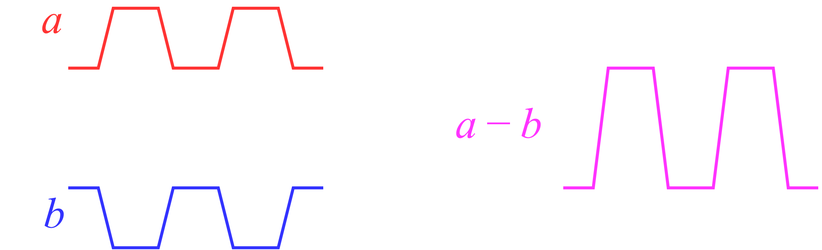
trysnetron/project-thesis keeps this draw.io diagram as media/diffsig.png. Above is the earlier version. Source tidied: cells renumbered, new cells last; positions are measured from the earlier drawing's top-left corner, leaving out a move shared by most shapes. The source it was exported from:
```xml
<mxGraphModel math="1">
  <root>
    <mxCell id="0" />
    <mxCell id="1" parent="0" />
    <mxCell id="2" style="endArrow=none;html=1;rounded=0;strokeColor=#FF3333;strokeWidth=2;" parent="1" edge="1">
      <mxGeometry relative="1" as="geometry">
        <mxPoint x="30" y="40" as="sourcePoint" />
        <mxPoint x="200" y="40" as="targetPoint" />
        <Array as="points">
          <mxPoint x="50" y="40" />
          <mxPoint x="60" />
          <mxPoint x="90" />
          <mxPoint x="100" y="40" />
          <mxPoint x="130" y="40" />
          <mxPoint x="140" />
          <mxPoint x="170" />
          <mxPoint x="180" y="40" />
        </Array>
      </mxGeometry>
    </mxCell>
    <mxCell id="3" style="endArrow=none;html=1;rounded=0;strokeWidth=2;strokeColor=#3333FF;" parent="1" edge="1">
      <mxGeometry relative="1" as="geometry">
        <mxPoint x="200" y="120" as="sourcePoint" />
        <mxPoint x="30" y="120" as="targetPoint" />
        <Array as="points">
          <mxPoint x="180" y="120" />
          <mxPoint x="170" y="160" />
          <mxPoint x="140" y="160" />
          <mxPoint x="130" y="120" />
          <mxPoint x="100" y="120" />
          <mxPoint x="90" y="160" />
          <mxPoint x="60" y="160" />
          <mxPoint x="50" y="120" />
        </Array>
      </mxGeometry>
    </mxCell>
    <mxCell id="4" style="endArrow=none;html=1;rounded=0;strokeColor=#FF33FF;strokeWidth=2;" parent="1" edge="1">
      <mxGeometry relative="1" as="geometry">
        <mxPoint x="360" y="120" as="sourcePoint" />
        <mxPoint x="530" y="120" as="targetPoint" />
        <Array as="points">
          <mxPoint x="380" y="120" />
          <mxPoint x="390" y="40" />
          <mxPoint x="420" y="40" />
          <mxPoint x="430" y="120" />
          <mxPoint x="460" y="120" />
          <mxPoint x="470" y="40" />
          <mxPoint x="500" y="40" />
          <mxPoint x="510" y="120" />
        </Array>
      </mxGeometry>
    </mxCell>
    <mxCell id="5" value="&lt;div style=&quot;font-size: 24px&quot;&gt;&lt;font style=&quot;font-size: 24px&quot; color=&quot;#FF3333&quot;&gt;$$a$$&lt;/font&gt;&lt;/div&gt;" style="text;html=1;strokeColor=none;fillColor=none;align=center;verticalAlign=middle;whiteSpace=wrap;rounded=0;" parent="1" vertex="1">
      <mxGeometry width="40" height="20" as="geometry" />
    </mxCell>
    <mxCell id="6" value="&lt;div style=&quot;font-size: 24px&quot;&gt;&lt;font style=&quot;font-size: 24px&quot; color=&quot;#3333FF&quot;&gt;$$b$$&lt;/font&gt;&lt;/div&gt;" style="text;html=1;strokeColor=none;fillColor=none;align=center;verticalAlign=middle;whiteSpace=wrap;rounded=0;" parent="1" vertex="1">
      <mxGeometry y="130" width="40" height="20" as="geometry" />
    </mxCell>
    <mxCell id="7" value="&lt;div style=&quot;font-size: 24px&quot;&gt;&lt;font style=&quot;font-size: 24px&quot; color=&quot;#FF33FF&quot;&gt;$$a-b$$&lt;/font&gt;&lt;/div&gt;" style="text;html=1;strokeColor=none;fillColor=none;align=center;verticalAlign=middle;whiteSpace=wrap;rounded=0;" parent="1" vertex="1">
      <mxGeometry x="300" y="70" width="40" height="20" as="geometry" />
    </mxCell>
  </root>
</mxGraphModel>
```
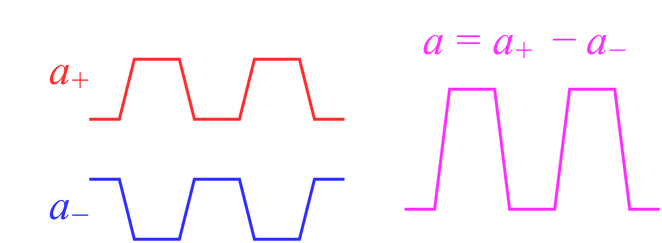
The same file after the commit.

What changed in the source:
```diff
@@ -4,60 +4,60 @@
     <mxCell id="1" parent="0" />
     <mxCell id="2" style="endArrow=none;html=1;rounded=0;strokeColor=#FF3333;strokeWidth=2;" parent="1" edge="1">
       <mxGeometry relative="1" as="geometry">
-        <mxPoint x="30" y="40" as="sourcePoint" />
-        <mxPoint x="200" y="40" as="targetPoint" />
+        <mxPoint x="30" y="60" as="sourcePoint" />
+        <mxPoint x="200" y="60" as="targetPoint" />
         <Array as="points">
-          <mxPoint x="50" y="40" />
-          <mxPoint x="60" />
-          <mxPoint x="90" />
-          <mxPoint x="100" y="40" />
-          <mxPoint x="130" y="40" />
-          <mxPoint x="140" />
-          <mxPoint x="170" />
-          <mxPoint x="180" y="40" />
+          <mxPoint x="50" y="60" />
+          <mxPoint x="60" y="20" />
+          <mxPoint x="90" y="20" />
+          <mxPoint x="100" y="60" />
+          <mxPoint x="130" y="60" />
+          <mxPoint x="140" y="20" />
+          <mxPoint x="170" y="20" />
+          <mxPoint x="180" y="60" />
         </Array>
       </mxGeometry>
     </mxCell>
     <mxCell id="3" style="endArrow=none;html=1;rounded=0;strokeWidth=2;strokeColor=#3333FF;" parent="1" edge="1">
       <mxGeometry relative="1" as="geometry">
-        <mxPoint x="200" y="120" as="sourcePoint" />
-        <mxPoint x="30" y="120" as="targetPoint" />
+        <mxPoint x="200" y="100" as="sourcePoint" />
+        <mxPoint x="30" y="100" as="targetPoint" />
         <Array as="points">
-          <mxPoint x="180" y="120" />
-          <mxPoint x="170" y="160" />
-          <mxPoint x="140" y="160" />
-          <mxPoint x="130" y="120" />
-          <mxPoint x="100" y="120" />
-          <mxPoint x="90" y="160" />
-          <mxPoint x="60" y="160" />
-          <mxPoint x="50" y="120" />
+          <mxPoint x="180" y="100" />
+          <mxPoint x="170" y="140" />
+          <mxPoint x="140" y="140" />
+          <mxPoint x="130" y="100" />
+          <mxPoint x="100" y="100" />
+          <mxPoint x="90" y="140" />
+          <mxPoint x="60" y="140" />
+          <mxPoint x="50" y="100" />
         </Array>
       </mxGeometry>
     </mxCell>
     <mxCell id="4" style="endArrow=none;html=1;rounded=0;strokeColor=#FF33FF;strokeWidth=2;" parent="1" edge="1">
       <mxGeometry relative="1" as="geometry">
-        <mxPoint x="360" y="120" as="sourcePoint" />
-        <mxPoint x="530" y="120" as="targetPoint" />
+        <mxPoint x="240" y="120" as="sourcePoint" />
+        <mxPoint x="410" y="120" as="targetPoint" />
         <Array as="points">
-          <mxPoint x="380" y="120" />
-          <mxPoint x="390" y="40" />
-          <mxPoint x="420" y="40" />
-          <mxPoint x="430" y="120" />
-          <mxPoint x="460" y="120" />
-          <mxPoint x="470" y="40" />
-          <mxPoint x="500" y="40" />
-          <mxPoint x="510" y="120" />
+          <mxPoint x="260" y="120" />
+          <mxPoint x="270" y="40" />
+          <mxPoint x="300" y="40" />
+          <mxPoint x="310" y="120" />
+          <mxPoint x="340" y="120" />
+          <mxPoint x="350" y="40" />
+          <mxPoint x="380" y="40" />
+          <mxPoint x="390" y="120" />
         </Array>
       </mxGeometry>
     </mxCell>
-    <mxCell id="5" value="&lt;div style=&quot;font-size: 24px&quot;&gt;&lt;font style=&quot;font-size: 24px&quot; color=&quot;#FF3333&quot;&gt;$$a$$&lt;/font&gt;&lt;/div&gt;" style="text;html=1;strokeColor=none;fillColor=none;align=center;verticalAlign=middle;whiteSpace=wrap;rounded=0;" parent="1" vertex="1">
-      <mxGeometry width="40" height="20" as="geometry" />
+    <mxCell id="5" value="&lt;div style=&quot;font-size: 24px&quot;&gt;&lt;font style=&quot;font-size: 24px&quot; color=&quot;#FF3333&quot;&gt;$$a_+$$&lt;/font&gt;&lt;/div&gt;" style="text;html=1;strokeColor=none;fillColor=none;align=center;verticalAlign=middle;whiteSpace=wrap;rounded=0;" parent="1" vertex="1">
+      <mxGeometry y="20" width="40" height="20" as="geometry" />
     </mxCell>
-    <mxCell id="6" value="&lt;div style=&quot;font-size: 24px&quot;&gt;&lt;font style=&quot;font-size: 24px&quot; color=&quot;#3333FF&quot;&gt;$$b$$&lt;/font&gt;&lt;/div&gt;" style="text;html=1;strokeColor=none;fillColor=none;align=center;verticalAlign=middle;whiteSpace=wrap;rounded=0;" parent="1" vertex="1">
-      <mxGeometry y="130" width="40" height="20" as="geometry" />
+    <mxCell id="6" value="&lt;div style=&quot;font-size: 24px&quot;&gt;&lt;font style=&quot;font-size: 24px&quot; color=&quot;#3333FF&quot;&gt;$$a_-$$&lt;/font&gt;&lt;/div&gt;" style="text;html=1;strokeColor=none;fillColor=none;align=center;verticalAlign=middle;whiteSpace=wrap;rounded=0;" parent="1" vertex="1">
+      <mxGeometry y="110" width="40" height="20" as="geometry" />
     </mxCell>
-    <mxCell id="7" value="&lt;div style=&quot;font-size: 24px&quot;&gt;&lt;font style=&quot;font-size: 24px&quot; color=&quot;#FF33FF&quot;&gt;$$a-b$$&lt;/font&gt;&lt;/div&gt;" style="text;html=1;strokeColor=none;fillColor=none;align=center;verticalAlign=middle;whiteSpace=wrap;rounded=0;" parent="1" vertex="1">
-      <mxGeometry x="300" y="70" width="40" height="20" as="geometry" />
+    <mxCell id="7" value="&lt;div style=&quot;font-size: 24px&quot;&gt;&lt;font style=&quot;font-size: 24px&quot; color=&quot;#FF33FF&quot;&gt;$$a=a_+-a_-$$&lt;/font&gt;&lt;/div&gt;" style="text;html=1;strokeColor=none;fillColor=none;align=center;verticalAlign=middle;whiteSpace=wrap;rounded=0;" parent="1" vertex="1">
+      <mxGeometry x="310" width="40" height="20" as="geometry" />
     </mxCell>
   </root>
 </mxGraphModel>
```
